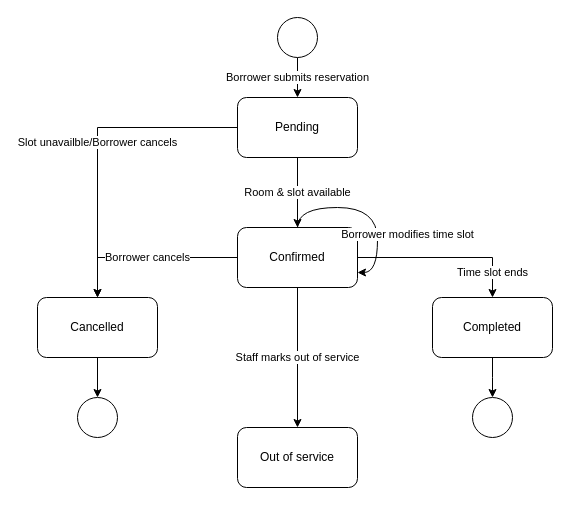
Before: ES Diagram.drawio in dayxchen/cis-28-final-project, a draw.io diagram. Source tidied: cells renumbered, new cells numbered last; positions are measured from the earlier drawing's top-left corner, leaving out a move shared by most shapes. Both pictures are drawn from the tidied source at 100%, with x=0, y=0 at pixel (37, 17).
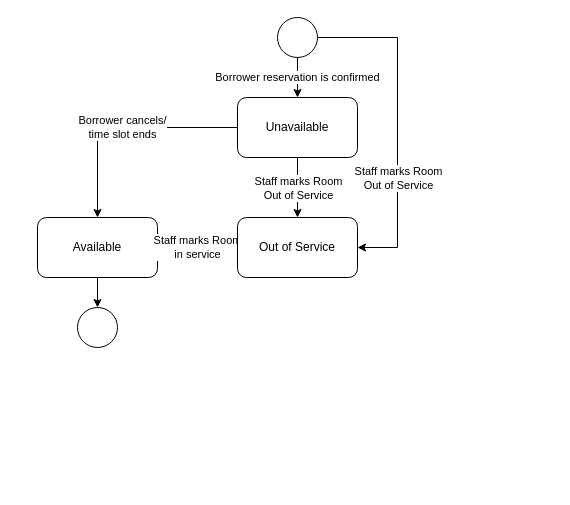
The same page after the edit.

Commit message (it also covers changes not shown here):
Updated staff permissions

What changed in the source:
```diff
@@
 <mxGraphModel>
   <root>
     <mxCell id="0" />
     <mxCell id="1" parent="0" />
-    <mxCell id="2" value="Borrower submits reservation" style="edgeStyle=orthogonalEdgeStyle;rounded=0;jettySize=auto;html=1;" parent="1" edge="1" source="3" target="6">
+    <mxCell id="2" value="Borrower reservation is confirmed" style="edgeStyle=orthogonalEdgeStyle;rounded=0;jettySize=auto;html=1;" parent="1" edge="1" source="3" target="6">
       <mxGeometry relative="1" as="geometry" />
     </mxCell>
+    <mxCell id="19" style="edgeStyle=orthogonalEdgeStyle;rounded=0;jettySize=auto;html=1;entryX=1;entryY=0.5;entryDx=0;entryDy=0;" parent="1" edge="1" source="3" target="26">
+      <mxGeometry relative="1" as="geometry">
+        <Array as="points">
+          <mxPoint x="360" y="20" />
+          <mxPoint x="360" y="230" />
+        </Array>
+      </mxGeometry>
+    </mxCell>
+    <mxCell id="20" value="Staff marks Room&lt;br&gt;Out of Service" style="edgeLabel;html=1;align=center;verticalAlign=middle;" parent="19" vertex="1">
+      <mxGeometry x="-0.18" relative="1" as="geometry">
+        <mxPoint y="85" as="offset" />
+      </mxGeometry>
+    </mxCell>
     <mxCell id="3" style="ellipse;whiteSpace=wrap;html=1;" parent="1" vertex="1">
       <mxGeometry x="240" width="40" height="40" as="geometry" />
     </mxCell>
-    <mxCell id="4" value="Room &amp;amp; slot available" style="edgeStyle=orthogonalEdgeStyle;rounded=0;jettySize=auto;html=1;" parent="1" edge="1" source="6" target="10">
-      <mxGeometry relative="1" as="geometry" />
-    </mxCell>
-    <mxCell id="5" value="Slot unavailble/Borrower cancels" style="edgeStyle=orthogonalEdgeStyle;rounded=0;jettySize=auto;html=1;" parent="1" edge="1" source="6" target="16">
+    <mxCell id="5" value="Borrower cancels/&lt;div&gt;time slot ends&lt;/div&gt;" style="edgeStyle=orthogonalEdgeStyle;rounded=0;jettySize=auto;html=1;entryX=0.5;entryY=0;entryDx=0;entryDy=0;" parent="1" edge="1" source="6" target="23">
       <mxGeometry relative="1" as="geometry" />
     </mxCell>
+    <mxCell id="21" style="edgeStyle=orthogonalEdgeStyle;rounded=0;jettySize=auto;html=1;" parent="1" edge="1" source="6">
+      <mxGeometry relative="1" as="geometry">
+        <mxPoint x="260" y="200" as="targetPoint" />
+      </mxGeometry>
+    </mxCell>
-    <mxCell id="6" value="Pending" style="rounded=1;whiteSpace=wrap;html=1;" parent="1" vertex="1">
+    <mxCell id="6" value="Unavailable" style="rounded=1;whiteSpace=wrap;html=1;" parent="1" vertex="1">
       <mxGeometry x="200" y="80" width="120" height="60" as="geometry" />
     </mxCell>
-    <mxCell id="7" value="Time slot ends" style="edgeStyle=orthogonalEdgeStyle;rounded=0;jettySize=auto;html=1;entryX=0.5;entryY=0;entryDx=0;entryDy=0;" parent="1" edge="1" source="10" target="13">
-      <mxGeometry x="0.71" relative="1" as="geometry" />
-    </mxCell>
-    <mxCell id="8" value="Borrower cancels" style="edgeStyle=orthogonalEdgeStyle;rounded=0;jettySize=auto;html=1;entryX=0.5;entryY=0;entryDx=0;entryDy=0;" parent="1" edge="1" source="10" target="16">
-      <mxGeometry relative="1" as="geometry" />
-    </mxCell>
-    <mxCell id="9" value="Staff marks out of service" style="edgeStyle=orthogonalEdgeStyle;rounded=0;jettySize=auto;html=1;" parent="1" edge="1" source="10" target="18">
-      <mxGeometry relative="1" as="geometry" />
-    </mxCell>
-    <mxCell id="10" value="Confirmed" style="rounded=1;whiteSpace=wrap;html=1;" parent="1" vertex="1">
-      <mxGeometry x="200" y="210" width="120" height="60" as="geometry" />
-    </mxCell>
-    <mxCell id="11" value="Borrower modifies time slot" style="edgeStyle=orthogonalEdgeStyle;rounded=0;orthogonalLoop=1;jettySize=auto;html=1;entryX=1;entryY=0.75;entryDx=0;entryDy=0;curved=1;" parent="1" edge="1" source="10" target="10">
-      <mxGeometry x="0.37" y="30" relative="1" as="geometry" />
-    </mxCell>
-    <mxCell id="12" style="edgeStyle=orthogonalEdgeStyle;rounded=0;jettySize=auto;html=1;" parent="1" edge="1" source="13">
-      <mxGeometry relative="1" as="geometry">
-        <mxPoint x="455" y="380" as="targetPoint" />
-      </mxGeometry>
-    </mxCell>
-    <mxCell id="13" value="Completed" style="rounded=1;whiteSpace=wrap;html=1;" parent="1" vertex="1">
-      <mxGeometry x="395" y="280" width="120" height="60" as="geometry" />
-    </mxCell>
-    <mxCell id="14" style="ellipse;whiteSpace=wrap;html=1;" parent="1" vertex="1">
-      <mxGeometry x="435" y="380" width="40" height="40" as="geometry" />
-    </mxCell>
-    <mxCell id="15" style="edgeStyle=orthogonalEdgeStyle;rounded=0;jettySize=auto;html=1;entryX=0.5;entryY=0;entryDx=0;entryDy=0;" parent="1" edge="1" source="16" target="17">
-      <mxGeometry relative="1" as="geometry" />
-    </mxCell>
-    <mxCell id="16" value="Cancelled" style="rounded=1;whiteSpace=wrap;html=1;" parent="1" vertex="1">
-      <mxGeometry y="280" width="120" height="60" as="geometry" />
-    </mxCell>
     <mxCell id="17" style="ellipse;whiteSpace=wrap;html=1;" parent="1" vertex="1">
-      <mxGeometry x="40" y="380" width="40" height="40" as="geometry" />
+      <mxGeometry x="40" y="290" width="40" height="40" as="geometry" />
     </mxCell>
-    <mxCell id="18" value="Out of service" style="rounded=1;whiteSpace=wrap;html=1;" parent="1" vertex="1">
-      <mxGeometry x="200" y="410" width="120" height="60" as="geometry" />
-    </mxCell>
+    <mxCell id="22" style="edgeStyle=orthogonalEdgeStyle;rounded=0;jettySize=auto;html=1;entryX=0.5;entryY=0;entryDx=0;entryDy=0;" parent="1" edge="1" source="23" target="17">
+      <mxGeometry relative="1" as="geometry" />
+    </mxCell>
+    <mxCell id="23" value="Available" style="rounded=1;whiteSpace=wrap;html=1;" parent="1" vertex="1">
+      <mxGeometry y="200" width="120" height="60" as="geometry" />
+    </mxCell>
+    <mxCell id="24" style="edgeStyle=orthogonalEdgeStyle;rounded=0;jettySize=auto;html=1;entryX=1;entryY=0.5;entryDx=0;entryDy=0;" parent="1" edge="1" source="26" target="23">
+      <mxGeometry relative="1" as="geometry" />
+    </mxCell>
+    <mxCell id="25" value="Staff marks Room&lt;br&gt;in service" style="edgeLabel;html=1;align=center;verticalAlign=middle;" parent="24" vertex="1">
+      <mxGeometry x="0.03" y="-1" relative="1" as="geometry" />
+    </mxCell>
+    <mxCell id="26" value="Out of Service" style="rounded=1;whiteSpace=wrap;html=1;" parent="1" vertex="1">
+      <mxGeometry x="200" y="200" width="120" height="60" as="geometry" />
+    </mxCell>
+    <mxCell id="27" value="Staff marks Room&lt;br&gt;Out of Service" style="edgeLabel;html=1;align=center;verticalAlign=middle;" parent="1" vertex="1">
+      <mxGeometry x="260" y="170" as="geometry" />
+    </mxCell>
   </root>
 </mxGraphModel>
```
